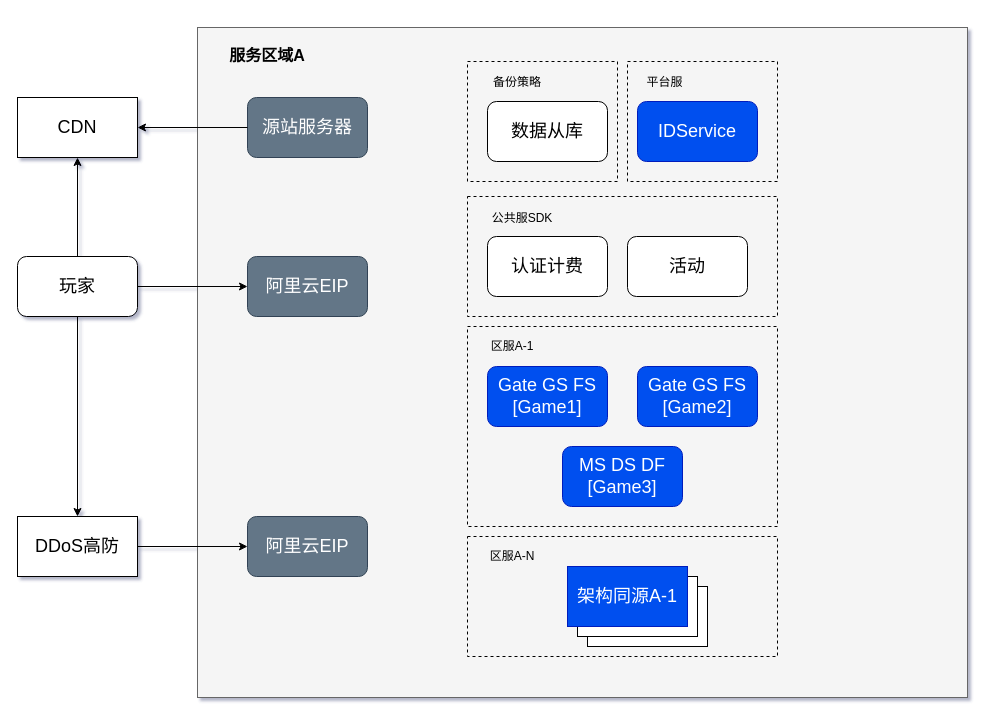
The draw.io diagram Untitled Diagram.drawio in Tonnnnnny/zhaozhiyang, before the edit. Source tidied: cells renumbered, new cells numbered last; positions are measured from the earlier drawing's top-left corner, leaving out a move shared by most shapes. Both pictures are drawn from the tidied source at 100%, with x=0, y=0 at pixel (17, 27).
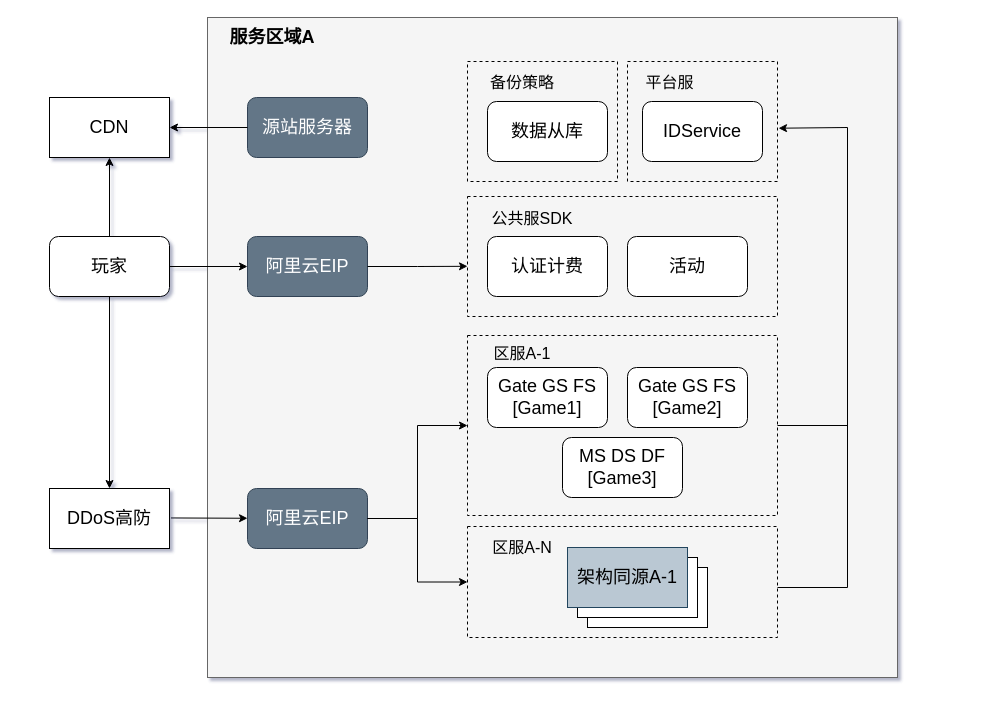
After the change.

Unchanged cells that the change refers to:
```xml
<mxCell id="29" style="rounded=0;whiteSpace=wrap;html=1;dashed=1;fillColor=none;" parent="1" vertex="1">
  <mxGeometry x="610" y="34" width="150" height="120" as="geometry" />
</mxCell>
```

Change to the diagram source:
```diff
@@
     <mxCell id="2" style="rounded=0;whiteSpace=wrap;html=1;fillColor=#f5f5f5;strokeColor=#666666;fontColor=#333333;" parent="1" vertex="1">
-      <mxGeometry x="180" width="770" height="670" as="geometry" />
+      <mxGeometry x="190" y="-10" width="690" height="660" as="geometry" />
     </mxCell>
@@
     <mxCell id="5" value="&lt;span&gt;&lt;span style=&quot;font-weight: normal&quot;&gt;&lt;font color=&quot;#ffffff&quot; style=&quot;font-size: 18px&quot;&gt;阿里云EIP&lt;/font&gt;&lt;/span&gt;&lt;/span&gt;" style="rounded=1;whiteSpace=wrap;html=1;fillColor=#647687;strokeColor=#314354;fontColor=#ffffff;fontStyle=1;" parent="1" vertex="1">
-      <mxGeometry x="230" y="229" width="120" height="60" as="geometry" />
+      <mxGeometry x="230" y="209" width="120" height="60" as="geometry" />
     </mxCell>
     <mxCell id="6" value="&lt;span&gt;&lt;font color=&quot;#ffffff&quot; style=&quot;font-size: 18px&quot;&gt;阿里云EIP&lt;/font&gt;&lt;/span&gt;" style="rounded=1;whiteSpace=wrap;html=1;fillColor=#647687;strokeColor=#314354;fontColor=#ffffff;" parent="1" vertex="1">
-      <mxGeometry x="230" y="489" width="120" height="60" as="geometry" />
+      <mxGeometry x="230" y="461" width="120" height="60" as="geometry" />
     </mxCell>
     <mxCell id="7" value="&lt;font style=&quot;font-size: 18px&quot;&gt;CDN&lt;/font&gt;" style="rounded=0;whiteSpace=wrap;html=1;strokeColor=#000000;fillColor=#FFFFFF;" parent="1" vertex="1">
-      <mxGeometry y="70" width="120" height="60" as="geometry" />
+      <mxGeometry x="32" y="70" width="120" height="60" as="geometry" />
     </mxCell>
-    <mxCell id="8" value="&lt;font style=&quot;font-size: 18px&quot;&gt;玩家&lt;/font&gt;" style="rounded=1;whiteSpace=wrap;html=1;strokeColor=#000000;fillColor=#FFFFFF;" parent="1" vertex="1">
-      <mxGeometry y="229" width="120" height="60" as="geometry" />
-    </mxCell>
     <mxCell id="9" value="&lt;font style=&quot;font-size: 18px&quot;&gt;DDoS高防&lt;/font&gt;" style="rounded=0;whiteSpace=wrap;html=1;strokeColor=#000000;fillColor=#FFFFFF;" parent="1" vertex="1">
-      <mxGeometry y="489" width="120" height="60" as="geometry" />
+      <mxGeometry x="32" y="461" width="120" height="60" as="geometry" />
     </mxCell>
@@
-    <mxCell id="11" value="&lt;span style=&quot;font-size: 18px&quot;&gt;IDService&lt;/span&gt;" style="rounded=1;whiteSpace=wrap;html=1;fillColor=#0050ef;strokeColor=#001DBC;fontColor=#ffffff;" parent="1" vertex="1">
-      <mxGeometry x="620" y="74" width="120" height="60" as="geometry" />
+    <mxCell id="11" value="&lt;span style=&quot;font-size: 18px&quot;&gt;IDService&lt;/span&gt;" style="rounded=1;whiteSpace=wrap;html=1;" parent="1" vertex="1">
+      <mxGeometry x="625" y="74" width="120" height="60" as="geometry" />
     </mxCell>
@@
     <mxCell id="15" style="rounded=0;whiteSpace=wrap;html=1;dashed=1;fillColor=none;" parent="1" vertex="1">
-      <mxGeometry x="450" y="509" width="310" height="120" as="geometry" />
+      <mxGeometry x="450" y="499" width="310" height="111" as="geometry" />
     </mxCell>
     <mxCell id="16" style="rounded=0;whiteSpace=wrap;html=1;strokeColor=#000000;fillColor=#FFFFFF;" parent="1" vertex="1">
-      <mxGeometry x="570" y="559" width="120" height="60" as="geometry" />
+      <mxGeometry x="570" y="540" width="120" height="60" as="geometry" />
     </mxCell>
     <mxCell id="17" style="rounded=0;whiteSpace=wrap;html=1;strokeColor=#000000;fillColor=#FFFFFF;" parent="1" vertex="1">
-      <mxGeometry x="560" y="549" width="120" height="60" as="geometry" />
+      <mxGeometry x="560" y="530" width="120" height="60" as="geometry" />
     </mxCell>
-    <mxCell id="18" value="&lt;font style=&quot;font-size: 18px&quot;&gt;架构同源A-1&lt;/font&gt;" style="rounded=0;whiteSpace=wrap;html=1;strokeColor=#001DBC;fillColor=#0050ef;fontColor=#ffffff;" parent="1" vertex="1">
-      <mxGeometry x="550" y="539" width="120" height="60" as="geometry" />
+    <mxCell id="18" value="&lt;font style=&quot;font-size: 18px&quot;&gt;架构同源A-1&lt;/font&gt;" style="rounded=0;whiteSpace=wrap;html=1;fillColor=#bac8d3;strokeColor=#23445d;" parent="1" vertex="1">
+      <mxGeometry x="550" y="520" width="120" height="60" as="geometry" />
     </mxCell>
     <mxCell id="19" style="rounded=0;whiteSpace=wrap;html=1;dashed=1;fillColor=none;" parent="1" vertex="1">
-      <mxGeometry x="450" y="299" width="310" height="200" as="geometry" />
+      <mxGeometry x="450" y="308" width="310" height="180" as="geometry" />
     </mxCell>
-    <mxCell id="20" value="&lt;span style=&quot;font-size: 18px&quot;&gt;Gate GS FS&lt;/span&gt;&lt;br style=&quot;font-size: 18px&quot;&gt;&lt;span style=&quot;font-size: 18px&quot;&gt;[Game2]&lt;/span&gt;" style="rounded=1;whiteSpace=wrap;html=1;fillColor=#0050ef;strokeColor=#001DBC;fontColor=#ffffff;" parent="1" vertex="1">
-      <mxGeometry x="620" y="339" width="120" height="60" as="geometry" />
+    <mxCell id="20" value="&lt;span style=&quot;font-size: 18px&quot;&gt;Gate GS FS&lt;/span&gt;&lt;br style=&quot;font-size: 18px&quot;&gt;&lt;span style=&quot;font-size: 18px&quot;&gt;[Game2]&lt;/span&gt;" style="rounded=1;whiteSpace=wrap;html=1;" parent="1" vertex="1">
+      <mxGeometry x="610" y="340" width="120" height="60" as="geometry" />
     </mxCell>
-    <mxCell id="21" value="&lt;span style=&quot;font-size: 18px&quot;&gt;Gate GS FS&lt;br&gt;[Game1]&lt;br&gt;&lt;/span&gt;" style="rounded=1;whiteSpace=wrap;html=1;fillColor=#0050ef;strokeColor=#001DBC;fontColor=#ffffff;" parent="1" vertex="1">
-      <mxGeometry x="470" y="339" width="120" height="60" as="geometry" />
+    <mxCell id="21" value="&lt;span style=&quot;font-size: 18px&quot;&gt;Gate GS FS&lt;br&gt;[Game1]&lt;br&gt;&lt;/span&gt;" style="rounded=1;whiteSpace=wrap;html=1;" parent="1" vertex="1">
+      <mxGeometry x="470" y="340" width="120" height="60" as="geometry" />
     </mxCell>
-    <mxCell id="22" value="&lt;span style=&quot;font-size: 18px&quot;&gt;MS DS DF&lt;br&gt;[Game3]&lt;br&gt;&lt;/span&gt;" style="rounded=1;whiteSpace=wrap;html=1;fillColor=#0050ef;strokeColor=#001DBC;fontColor=#ffffff;" parent="1" vertex="1">
-      <mxGeometry x="545" y="419" width="120" height="60" as="geometry" />
+    <mxCell id="22" value="&lt;span style=&quot;font-size: 18px&quot;&gt;MS DS DF&lt;br&gt;[Game3]&lt;br&gt;&lt;/span&gt;" style="rounded=1;whiteSpace=wrap;html=1;" parent="1" vertex="1">
+      <mxGeometry x="545" y="410" width="120" height="60" as="geometry" />
     </mxCell>
-    <mxCell id="23" value="备份策略" style="text;html=1;strokeColor=none;fillColor=none;align=center;verticalAlign=middle;whiteSpace=wrap;rounded=0;" parent="1" vertex="1">
-      <mxGeometry x="470" y="45" width="60" height="20" as="geometry" />
+    <mxCell id="23" value="&lt;font style=&quot;font-size: 16px&quot;&gt;备份策略&lt;/font&gt;" style="text;html=1;strokeColor=none;fillColor=none;align=center;verticalAlign=middle;whiteSpace=wrap;rounded=0;" parent="1" vertex="1">
+      <mxGeometry x="470" y="45" width="70" height="20" as="geometry" />
     </mxCell>
-    <mxCell id="24" value="平台服" style="text;html=1;strokeColor=none;fillColor=none;align=center;verticalAlign=middle;whiteSpace=wrap;rounded=0;" parent="1" vertex="1">
-      <mxGeometry x="625" y="45" width="45" height="20" as="geometry" />
+    <mxCell id="24" value="&lt;font style=&quot;font-size: 16px&quot;&gt;平台服&lt;/font&gt;" style="text;html=1;strokeColor=none;fillColor=none;align=center;verticalAlign=middle;whiteSpace=wrap;rounded=0;" parent="1" vertex="1">
+      <mxGeometry x="625" y="45" width="55" height="20" as="geometry" />
     </mxCell>
-    <mxCell id="25" value="公共服SDK" style="text;html=1;strokeColor=none;fillColor=none;align=center;verticalAlign=middle;whiteSpace=wrap;rounded=0;" parent="1" vertex="1">
-      <mxGeometry x="470" y="181" width="70" height="20" as="geometry" />
+    <mxCell id="25" value="&lt;font style=&quot;font-size: 16px&quot;&gt;公共服SDK&lt;/font&gt;" style="text;html=1;strokeColor=none;fillColor=none;align=center;verticalAlign=middle;whiteSpace=wrap;rounded=0;" parent="1" vertex="1">
+      <mxGeometry x="470" y="181" width="90" height="20" as="geometry" />
     </mxCell>
-    <mxCell id="26" value="区服A-1" style="text;html=1;strokeColor=none;fillColor=none;align=center;verticalAlign=middle;whiteSpace=wrap;rounded=0;" parent="1" vertex="1">
-      <mxGeometry x="470" y="309" width="50" height="20" as="geometry" />
+    <mxCell id="26" value="&lt;font style=&quot;font-size: 16px&quot;&gt;区服A-1&lt;/font&gt;" style="text;html=1;strokeColor=none;fillColor=none;align=center;verticalAlign=middle;whiteSpace=wrap;rounded=0;" parent="1" vertex="1">
+      <mxGeometry x="470" y="316" width="70" height="20" as="geometry" />
     </mxCell>
-    <mxCell id="27" value="区服A-N" style="text;html=1;strokeColor=none;fillColor=none;align=center;verticalAlign=middle;whiteSpace=wrap;rounded=0;" parent="1" vertex="1">
-      <mxGeometry x="470" y="519" width="50" height="20" as="geometry" />
+    <mxCell id="27" value="&lt;font style=&quot;font-size: 16px&quot;&gt;区服A-N&lt;/font&gt;" style="text;html=1;strokeColor=none;fillColor=none;align=center;verticalAlign=middle;whiteSpace=wrap;rounded=0;" parent="1" vertex="1">
+      <mxGeometry x="470" y="510" width="70" height="20" as="geometry" />
     </mxCell>
-    <mxCell id="28" value="&lt;b&gt;&lt;font style=&quot;font-size: 16px&quot;&gt;服务区域A&lt;/font&gt;&lt;/b&gt;" style="text;html=1;strokeColor=none;fillColor=none;align=center;verticalAlign=middle;whiteSpace=wrap;rounded=0;" parent="1" vertex="1">
-      <mxGeometry x="210" y="18" width="80" height="20" as="geometry" />
+    <mxCell id="28" value="&lt;b&gt;&lt;font style=&quot;font-size: 18px&quot;&gt;服务区域A&lt;/font&gt;&lt;/b&gt;" style="text;html=1;strokeColor=none;fillColor=none;align=center;verticalAlign=middle;whiteSpace=wrap;rounded=0;" parent="1" vertex="1">
+      <mxGeometry x="210" width="90" height="20" as="geometry" />
     </mxCell>
@@
-    <mxCell id="32" style="endArrow=classic;html=1;" parent="1" edge="1" target="5">
-      <mxGeometry relative="1" as="geometry">
-        <mxPoint x="120" y="259" as="sourcePoint" />
-      </mxGeometry>
-    </mxCell>
-    <mxCell id="33" style="endArrow=classic;html=1;" parent="1" edge="1" target="9">
-      <mxGeometry relative="1" as="geometry">
-        <mxPoint x="60" y="289" as="sourcePoint" />
-      </mxGeometry>
+    <mxCell id="33" style="endArrow=classic;html=1;" parent="1" edge="1" source="8" target="9">
+      <mxGeometry relative="1" as="geometry" />
     </mxCell>
-    <mxCell id="34" style="endArrow=classic;html=1;" parent="1" edge="1" target="6">
-      <mxGeometry relative="1" as="geometry">
-        <mxPoint x="120" y="519" as="sourcePoint" />
-      </mxGeometry>
+    <mxCell id="34" style="endArrow=classic;html=1;exitX=1.012;exitY=0.491;exitDx=0;exitDy=0;exitPerimeter=0;" parent="1" edge="1" source="9" target="6">
+      <mxGeometry relative="1" as="geometry" />
     </mxCell>
+    <mxCell id="35" style="edgeStyle=orthogonalEdgeStyle;rounded=0;jettySize=auto;html=1;" parent="1" edge="1" source="8" target="5">
+      <mxGeometry relative="1" as="geometry" />
+    </mxCell>
+    <mxCell id="8" value="&lt;font style=&quot;font-size: 18px&quot;&gt;玩家&lt;/font&gt;" style="rounded=1;whiteSpace=wrap;html=1;strokeColor=#000000;fillColor=#FFFFFF;" parent="1" vertex="1">
+      <mxGeometry x="32" y="209" width="120" height="60" as="geometry" />
+    </mxCell>
+    <mxCell id="36" style="edgeStyle=orthogonalEdgeStyle;rounded=0;jettySize=auto;html=1;exitX=1;exitY=0.5;exitDx=0;exitDy=0;" parent="1" edge="1" source="5">
+      <mxGeometry relative="1" as="geometry">
+        <mxPoint x="450" y="238.8" as="targetPoint" />
+      </mxGeometry>
+    </mxCell>
+    <mxCell id="37" style="edgeStyle=orthogonalEdgeStyle;rounded=0;jettySize=auto;html=1;exitX=1;exitY=0.5;exitDx=0;exitDy=0;entryX=0;entryY=0.5;entryDx=0;entryDy=0;" parent="1" edge="1" source="6" target="19">
+      <mxGeometry relative="1" as="geometry" />
+    </mxCell>
+    <mxCell id="38" style="edgeStyle=orthogonalEdgeStyle;rounded=0;jettySize=auto;html=1;entryX=0;entryY=0.5;entryDx=0;entryDy=0;exitX=1;exitY=0.5;exitDx=0;exitDy=0;" parent="1" edge="1" source="6" target="15">
+      <mxGeometry relative="1" as="geometry">
+        <Array as="points">
+          <mxPoint x="400" y="491" />
+          <mxPoint x="400" y="555" />
+          <mxPoint x="450" y="555" />
+        </Array>
+      </mxGeometry>
+    </mxCell>
+    <mxCell id="39" style="endArrow=none;html=1;" parent="1" edge="1">
+      <mxGeometry relative="1" as="geometry">
+        <mxPoint x="760" y="560" as="sourcePoint" />
+        <mxPoint x="830" y="560" as="targetPoint" />
+      </mxGeometry>
+    </mxCell>
+    <mxCell id="40" style="endArrow=none;html=1;" parent="1" edge="1">
+      <mxGeometry relative="1" as="geometry">
+        <mxPoint x="830" y="560" as="sourcePoint" />
+        <mxPoint x="830" y="100" as="targetPoint" />
+      </mxGeometry>
+    </mxCell>
+    <mxCell id="41" style="endArrow=classic;html=1;entryX=1.007;entryY=0.556;entryDx=0;entryDy=0;entryPerimeter=0;" parent="1" edge="1" target="29">
+      <mxGeometry relative="1" as="geometry">
+        <mxPoint x="830" y="100" as="sourcePoint" />
+      </mxGeometry>
+    </mxCell>
+    <mxCell id="42" style="endArrow=none;html=1;exitX=1;exitY=0.5;exitDx=0;exitDy=0;" parent="1" edge="1" source="19">
+      <mxGeometry relative="1" as="geometry">
+        <mxPoint x="830" y="398" as="targetPoint" />
+      </mxGeometry>
+    </mxCell>
```
